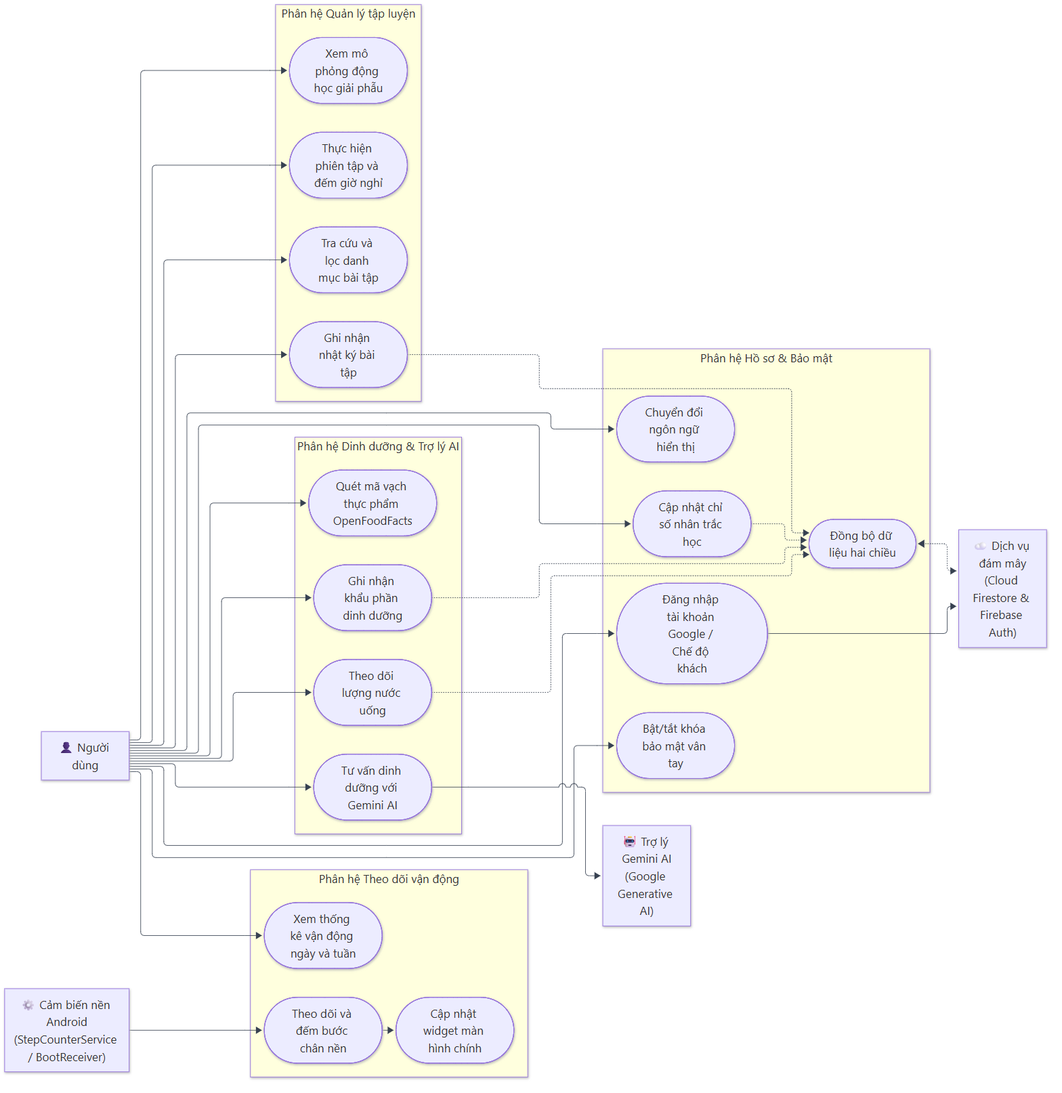
This is docs/report/img/so-do-use-case.png from CuongHayHo/fitness_app, a Mermaid export, as it was before one commit. Its source is kept beside it as docs/report/mermaid/so-do-use-case.mmd.
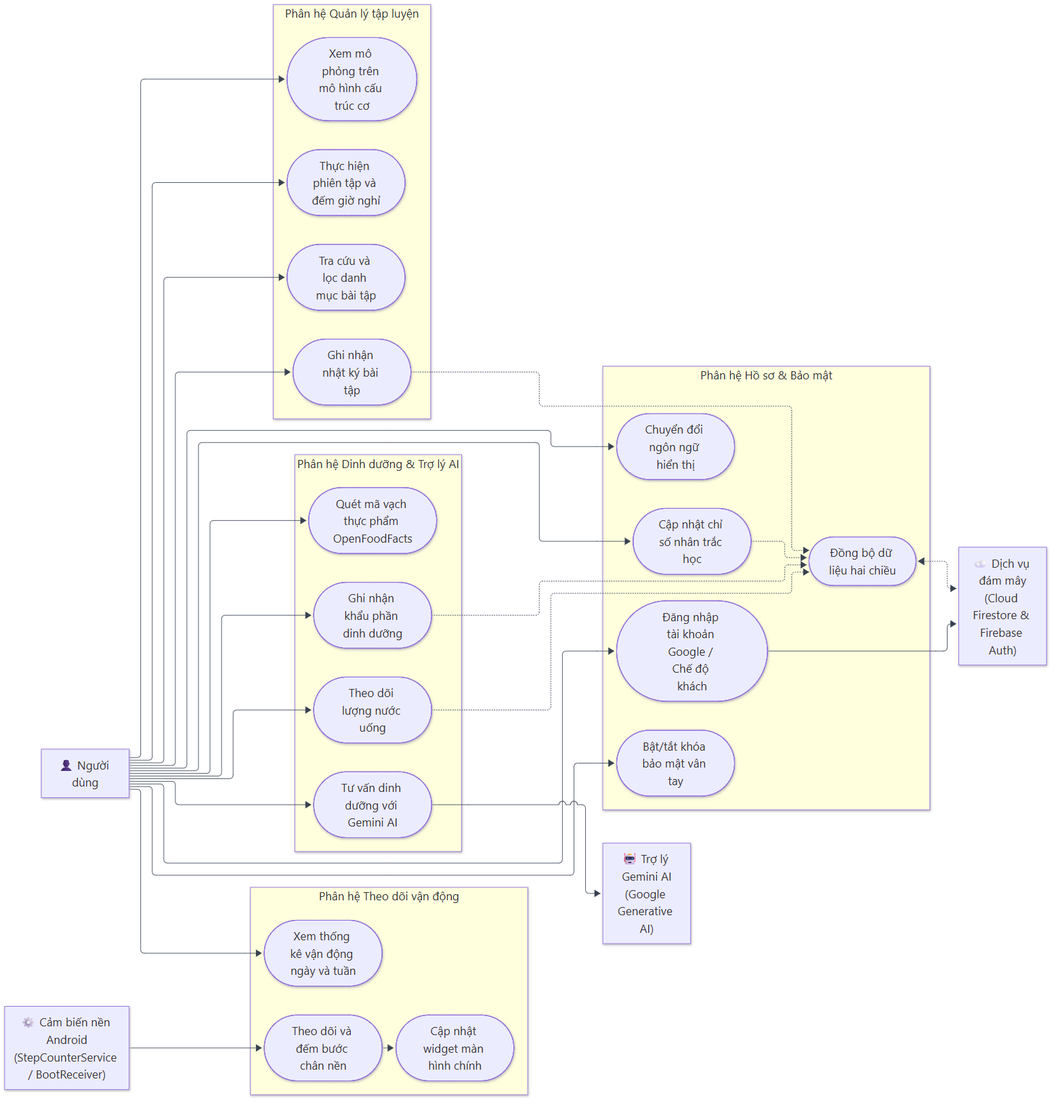
Later version of the same file.

Diff of the diagram source:
```diff
@@ -12,7 +12,7 @@
 
     subgraph UC_Workout["Phân hệ Quản lý tập luyện"]
         UC_SelectExercise(["Tra cứu và lọc danh mục bài tập"])
-        UC_PoseGuide(["Xem mô phỏng động học giải phẫu"])
+        UC_PoseGuide(["Xem mô phỏng trên mô hình cấu trúc cơ"])
         UC_ActiveWorkout(["Thực hiện phiên tập và đếm giờ nghỉ"])
         UC_LogWorkout(["Ghi nhận nhật ký bài tập"])
     end
```
